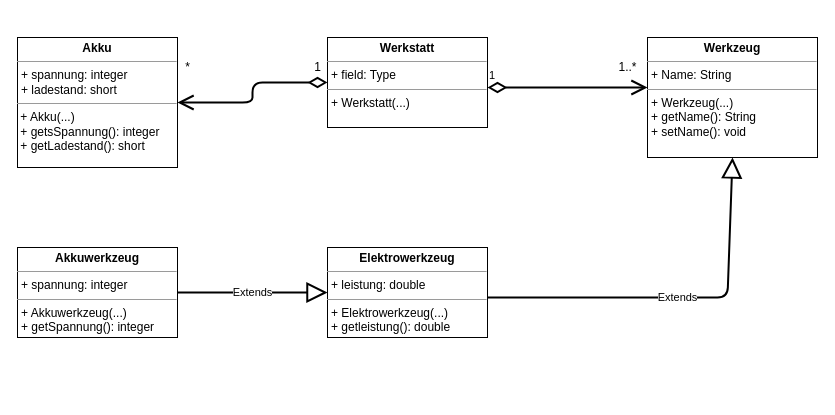
finnjodrogba/git_practice keeps this draw.io diagram as Untitled Diagram.drawio. Above is the earlier version. Source tidied: cells renumbered, new cells numbered last; positions are measured from the earlier drawing's top-left corner, leaving out a move shared by most shapes. Both pictures are drawn from the tidied source at 100%, with x=0, y=0 at pixel (17, 37).
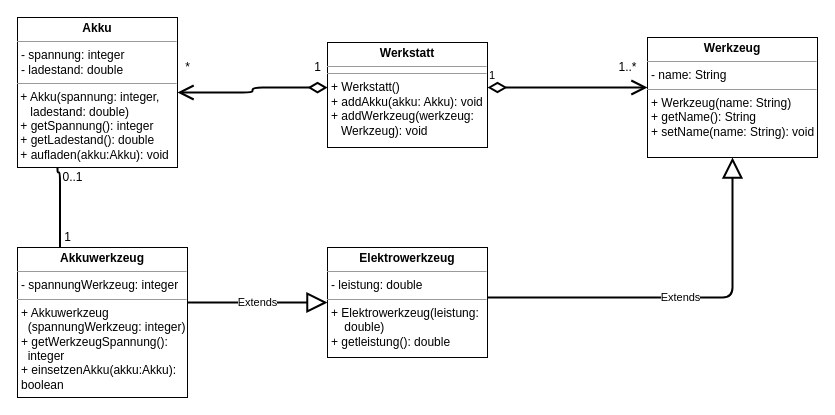
After the change.

What changed in the source:
```diff
@@
-    <mxCell id="2" value="&lt;p style=&quot;margin: 0px ; margin-top: 4px ; text-align: center&quot;&gt;&lt;b&gt;Werkstatt&lt;/b&gt;&lt;br&gt;&lt;/p&gt;&lt;hr size=&quot;1&quot;&gt;&lt;p style=&quot;margin: 0px ; margin-left: 4px&quot;&gt;+ field: Type&lt;/p&gt;&lt;hr size=&quot;1&quot;&gt;&lt;p style=&quot;margin: 0px ; margin-left: 4px&quot;&gt;+ Werkstatt(...) &lt;br&gt;&lt;/p&gt;" style="verticalAlign=top;align=left;overflow=fill;fontSize=12;fontFamily=Helvetica;html=1;" parent="1" vertex="1">
-      <mxGeometry x="310" width="160" height="90" as="geometry" />
+    <mxCell id="2" value="&lt;p style=&quot;margin: 0px ; margin-top: 4px ; text-align: center&quot;&gt;&lt;b&gt;Werkstatt&lt;/b&gt;&lt;br&gt;&lt;/p&gt;&lt;hr size=&quot;1&quot;&gt;&lt;hr size=&quot;1&quot;&gt;&lt;p style=&quot;margin: 0px ; margin-left: 4px&quot;&gt;+ Werkstatt()&lt;/p&gt;&lt;p style=&quot;margin: 0px ; margin-left: 4px&quot;&gt;+ addAkku(akku: Akku): void&lt;br&gt;&lt;/p&gt;&lt;p style=&quot;margin: 0px ; margin-left: 4px&quot;&gt;+ addWerkzeug(werkzeug: &lt;br&gt;&lt;/p&gt;&lt;p style=&quot;margin: 0px ; margin-left: 4px&quot;&gt;&amp;nbsp;&amp;nbsp; Werkzeug): void&lt;br&gt;&lt;/p&gt;" style="verticalAlign=top;align=left;overflow=fill;fontSize=12;fontFamily=Helvetica;html=1;" parent="1" vertex="1">
+      <mxGeometry x="310" y="5" width="160" height="105" as="geometry" />
     </mxCell>
-    <mxCell id="3" value="&lt;p style=&quot;margin: 0px ; margin-top: 4px ; text-align: center&quot;&gt;&lt;b&gt;Werkzeug&lt;/b&gt;&lt;/p&gt;&lt;hr size=&quot;1&quot;&gt;&lt;p style=&quot;margin: 0px ; margin-left: 4px&quot;&gt;+ Name: String&lt;br&gt;&lt;/p&gt;&lt;hr size=&quot;1&quot;&gt;&lt;p style=&quot;margin: 0px ; margin-left: 4px&quot;&gt;+ Werkzeug(...)&lt;br&gt;&lt;/p&gt;&lt;p style=&quot;margin: 0px ; margin-left: 4px&quot;&gt;+ getName(): String&lt;/p&gt;&lt;p style=&quot;margin: 0px ; margin-left: 4px&quot;&gt;+ setName(): void&lt;br&gt;&lt;/p&gt;" style="verticalAlign=top;align=left;overflow=fill;fontSize=12;fontFamily=Helvetica;html=1;" parent="1" vertex="1">
+    <mxCell id="3" value="&lt;p style=&quot;margin: 0px ; margin-top: 4px ; text-align: center&quot;&gt;&lt;b&gt;Werkzeug&lt;/b&gt;&lt;/p&gt;&lt;hr size=&quot;1&quot;&gt;&lt;p style=&quot;margin: 0px ; margin-left: 4px&quot;&gt;- name: String&lt;br&gt;&lt;/p&gt;&lt;hr size=&quot;1&quot;&gt;&lt;p style=&quot;margin: 0px ; margin-left: 4px&quot;&gt;+ Werkzeug(name: String)&lt;br&gt;&lt;/p&gt;&lt;p style=&quot;margin: 0px ; margin-left: 4px&quot;&gt;+ getName(): String&lt;/p&gt;&lt;p style=&quot;margin: 0px ; margin-left: 4px&quot;&gt;+ setName(name: String): void&lt;br&gt;&lt;/p&gt;" style="verticalAlign=top;align=left;overflow=fill;fontSize=12;fontFamily=Helvetica;html=1;" parent="1" vertex="1">
       <mxGeometry x="630" width="170" height="120" as="geometry" />
     </mxCell>
-    <mxCell id="4" value="&lt;p style=&quot;margin: 0px ; margin-top: 4px ; text-align: center&quot;&gt;&lt;b&gt;Akku&lt;/b&gt;&lt;/p&gt;&lt;hr size=&quot;1&quot;&gt;&lt;p style=&quot;margin: 0px ; margin-left: 4px&quot;&gt;+ spannung: integer&lt;/p&gt;&lt;p style=&quot;margin: 0px ; margin-left: 4px&quot;&gt;+ ladestand: short&lt;br&gt;&lt;/p&gt;&lt;hr size=&quot;1&quot;&gt;&lt;div&gt;&amp;nbsp;+ Akku(...)&amp;nbsp; &lt;br&gt;&lt;/div&gt;&lt;div&gt;&amp;nbsp;+ getsSpannung(): integer&lt;/div&gt;&lt;div&gt;&amp;nbsp;+ getLadestand(): short&lt;br&gt;&lt;/div&gt;" style="verticalAlign=top;align=left;overflow=fill;fontSize=12;fontFamily=Helvetica;html=1;" parent="1" vertex="1">
-      <mxGeometry width="160" height="130" as="geometry" />
+    <mxCell id="4" value="&lt;p style=&quot;margin: 0px ; margin-top: 4px ; text-align: center&quot;&gt;&lt;b&gt;Akku&lt;/b&gt;&lt;/p&gt;&lt;hr size=&quot;1&quot;&gt;&lt;p style=&quot;margin: 0px ; margin-left: 4px&quot;&gt;- spannung: integer&lt;/p&gt;&lt;p style=&quot;margin: 0px ; margin-left: 4px&quot;&gt;- ladestand: double&lt;br&gt;&lt;/p&gt;&lt;hr size=&quot;1&quot;&gt;&lt;div&gt;&amp;nbsp;+ Akku(spannung: integer,&lt;/div&gt;&lt;div&gt;&amp;nbsp;&amp;nbsp;&amp;nbsp; ladestand: double)&amp;nbsp; &lt;br&gt;&lt;/div&gt;&lt;div&gt;&amp;nbsp;+ getSpannung(): integer&lt;/div&gt;&lt;div&gt;&amp;nbsp;+ getLadestand(): double&lt;/div&gt;&lt;div&gt;&amp;nbsp;+ aufladen(akku:Akku): void&lt;br&gt;&lt;/div&gt;" style="verticalAlign=top;align=left;overflow=fill;fontSize=12;fontFamily=Helvetica;html=1;" parent="1" vertex="1">
+      <mxGeometry y="-20" width="160" height="150" as="geometry" />
     </mxCell>
-    <mxCell id="5" value="&lt;p style=&quot;margin: 0px ; margin-top: 4px ; text-align: center&quot;&gt;&lt;b&gt;Elektrowerkzeug&lt;/b&gt;&lt;/p&gt;&lt;hr size=&quot;1&quot;&gt;&lt;p style=&quot;margin: 0px ; margin-left: 4px&quot;&gt;+ leistung: double&lt;br&gt;&lt;/p&gt;&lt;hr size=&quot;1&quot;&gt;&lt;p style=&quot;margin: 0px ; margin-left: 4px&quot;&gt;+ Elektrowerkzeug(...)&lt;br&gt;&lt;/p&gt;&lt;p style=&quot;margin: 0px ; margin-left: 4px&quot;&gt;+ getleistung(): double&lt;br&gt;&lt;/p&gt;" style="verticalAlign=top;align=left;overflow=fill;fontSize=12;fontFamily=Helvetica;html=1;" parent="1" vertex="1">
-      <mxGeometry x="310" y="210" width="160" height="90" as="geometry" />
+    <mxCell id="5" value="&lt;p style=&quot;margin: 0px ; margin-top: 4px ; text-align: center&quot;&gt;&lt;b&gt;Elektrowerkzeug&lt;/b&gt;&lt;/p&gt;&lt;hr size=&quot;1&quot;&gt;&lt;p style=&quot;margin: 0px ; margin-left: 4px&quot;&gt;- leistung: double&lt;br&gt;&lt;/p&gt;&lt;hr size=&quot;1&quot;&gt;&lt;p style=&quot;margin: 0px ; margin-left: 4px&quot;&gt;+ Elektrowerkzeug(leistung: &lt;br&gt;&lt;/p&gt;&lt;p style=&quot;margin: 0px ; margin-left: 4px&quot;&gt;&amp;nbsp;&amp;nbsp;&amp;nbsp; double)&lt;br&gt;&lt;/p&gt;&lt;p style=&quot;margin: 0px ; margin-left: 4px&quot;&gt;+ getleistung(): double&lt;br&gt;&lt;/p&gt;" style="verticalAlign=top;align=left;overflow=fill;fontSize=12;fontFamily=Helvetica;html=1;" parent="1" vertex="1">
+      <mxGeometry x="310" y="210" width="160" height="110" as="geometry" />
     </mxCell>
-    <mxCell id="6" value="&lt;p style=&quot;margin: 0px ; margin-top: 4px ; text-align: center&quot;&gt;&lt;b&gt;Akkuwerkzeug&lt;/b&gt;&lt;/p&gt;&lt;hr size=&quot;1&quot;&gt;&lt;p style=&quot;margin: 0px ; margin-left: 4px&quot;&gt;+ spannung: integer&lt;br&gt;&lt;/p&gt;&lt;hr size=&quot;1&quot;&gt;&lt;p style=&quot;margin: 0px ; margin-left: 4px&quot;&gt;+ Akkuwerkzeug(...)&lt;br&gt;&lt;/p&gt;&lt;p style=&quot;margin: 0px ; margin-left: 4px&quot;&gt;+ getSpannung(): integer&lt;br&gt;&lt;/p&gt;" style="verticalAlign=top;align=left;overflow=fill;fontSize=12;fontFamily=Helvetica;html=1;" parent="1" vertex="1">
-      <mxGeometry y="210" width="160" height="90" as="geometry" />
+    <mxCell id="6" value="&lt;p style=&quot;margin: 0px ; margin-top: 4px ; text-align: center&quot;&gt;&lt;b&gt;Akkuwerkzeug&lt;/b&gt;&lt;/p&gt;&lt;hr size=&quot;1&quot;&gt;&lt;p style=&quot;margin: 0px ; margin-left: 4px&quot;&gt;- spannungWerkzeug: integer&lt;br&gt;&lt;/p&gt;&lt;hr size=&quot;1&quot;&gt;&lt;p style=&quot;margin: 0px ; margin-left: 4px&quot;&gt;+ Akkuwerkzeug&lt;/p&gt;&lt;p style=&quot;margin: 0px ; margin-left: 4px&quot;&gt;&amp;nbsp; (spannungWerkzeug: integer)&lt;br&gt;&lt;/p&gt;&lt;p style=&quot;margin: 0px ; margin-left: 4px&quot;&gt;+ getWerkzeugSpannung(): &lt;br&gt;&lt;/p&gt;&lt;p style=&quot;margin: 0px ; margin-left: 4px&quot;&gt;&amp;nbsp; integer&lt;/p&gt;&lt;p style=&quot;margin: 0px ; margin-left: 4px&quot;&gt;+ einsetzenAkku(akku:Akku): &lt;br&gt;&lt;/p&gt;&lt;p style=&quot;margin: 0px ; margin-left: 4px&quot;&gt;boolean&lt;br&gt;&lt;/p&gt;" style="verticalAlign=top;align=left;overflow=fill;fontSize=12;fontFamily=Helvetica;html=1;" parent="1" vertex="1">
+      <mxGeometry y="210" width="170" height="150" as="geometry" />
     </mxCell>
@@
-    <mxCell id="9" style="endArrow=open;html=1;endSize=12;startArrow=diamondThin;startSize=14;startFill=0;edgeStyle=orthogonalEdgeStyle;align=left;verticalAlign=bottom;strokeWidth=2;exitX=0;exitY=0.5;exitDx=0;exitDy=0;entryX=1;entryY=0.5;entryDx=0;entryDy=0;" parent="1" edge="1" source="2" target="4">
-      <mxGeometry x="-1" y="3" relative="1" as="geometry" />
+    <mxCell id="9" style="endArrow=open;html=1;endSize=12;startArrow=diamondThin;startSize=14;startFill=0;edgeStyle=orthogonalEdgeStyle;align=left;verticalAlign=bottom;strokeWidth=2;entryX=1;entryY=0.5;entryDx=0;entryDy=0;exitX=0;exitY=0.429;exitDx=0;exitDy=0;exitPerimeter=0;" parent="1" edge="1" source="2" target="4">
+      <mxGeometry x="-1" y="3" relative="1" as="geometry">
+        <Array as="points">
+          <mxPoint x="235" y="50" />
+          <mxPoint x="235" y="55" />
+        </Array>
+      </mxGeometry>
     </mxCell>
@@
     <mxCell id="12" value="Extends" style="endArrow=block;endSize=16;endFill=0;html=1;strokeWidth=2;entryX=0.5;entryY=1;entryDx=0;entryDy=0;" parent="1" edge="1" target="3">
       <mxGeometry relative="1" as="geometry">
         <mxPoint x="470" y="260" as="sourcePoint" />
         <Array as="points">
-          <mxPoint x="710" y="260" />
+          <mxPoint x="715" y="260" />
         </Array>
       </mxGeometry>
     </mxCell>
-    <mxCell id="13" value="Extends" style="endArrow=block;endSize=16;endFill=0;html=1;strokeWidth=2;" parent="1" edge="1" source="6">
+    <mxCell id="13" value="Extends" style="endArrow=block;endSize=16;endFill=0;html=1;strokeWidth=2;entryX=0;entryY=0.5;entryDx=0;entryDy=0;" parent="1" edge="1" source="6" target="5">
       <mxGeometry relative="1" as="geometry">
-        <mxPoint x="310" y="255" as="targetPoint" />
+        <Array as="points">
+          <mxPoint x="170" y="265" />
+        </Array>
       </mxGeometry>
     </mxCell>
+    <mxCell id="14" value="0..1" style="text;html=1;align=center;verticalAlign=middle;" parent="1" vertex="1">
+      <mxGeometry x="40" y="130" width="30" height="20" as="geometry" />
+    </mxCell>
+    <mxCell id="15" value="1" style="text;html=1;align=center;verticalAlign=middle;" parent="1" vertex="1">
+      <mxGeometry x="40" y="190" width="20" height="20" as="geometry" />
+    </mxCell>
+    <mxCell id="16" style="endArrow=none;html=1;edgeStyle=orthogonalEdgeStyle;strokeWidth=2;exitX=0.25;exitY=1;exitDx=0;exitDy=0;entryX=0.25;entryY=0;entryDx=0;entryDy=0;" parent="1" edge="1" source="4" target="6">
+      <mxGeometry relative="1" as="geometry">
+        <Array as="points">
+          <mxPoint x="40" y="135" />
+          <mxPoint x="43" y="135" />
+        </Array>
+      </mxGeometry>
+    </mxCell>
```
